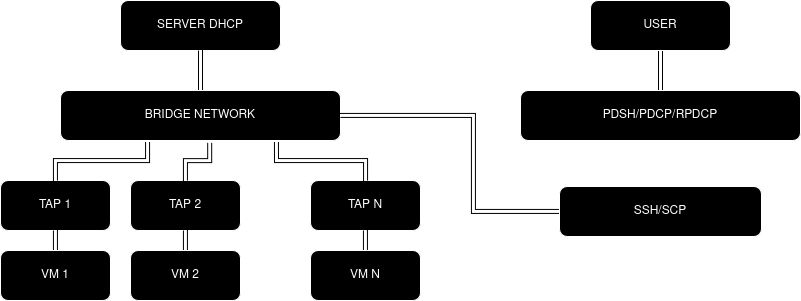
The draw.io diagram diagram.png in devero11/PDSH-PDCP-implementation-ITBI-project-, before a commit. Source tidied: cells renumbered, new cells last; positions are measured from the earlier drawing's top-left corner, leaving out a move shared by most shapes. The source it was exported from:
```xml
<mxGraphModel>
  <root>
    <mxCell id="0" />
    <mxCell id="1" parent="0" />
    <mxCell id="2" value="SERVER DHCP" style="rounded=1;whiteSpace=wrap;html=1;labelBackgroundColor=none;fillColor=light-dark(#FFFFFF,#000000);" parent="1" vertex="1">
      <mxGeometry x="120" width="160" height="50" as="geometry" />
    </mxCell>
    <mxCell id="3" style="edgeStyle=orthogonalEdgeStyle;rounded=0;jettySize=auto;html=1;entryX=0.5;entryY=1;entryDx=0;entryDy=0;shape=link;labelBackgroundColor=none;fontColor=default;strokeColor=light-dark(#000000,#000000);" parent="1" edge="1" source="4" target="2">
      <mxGeometry relative="1" as="geometry" />
    </mxCell>
    <mxCell id="4" value="BRIDGE NETWORK" style="rounded=1;whiteSpace=wrap;html=1;labelBackgroundColor=none;fillColor=light-dark(#FFFFFF,#000000);" parent="1" vertex="1">
      <mxGeometry x="60" y="90" width="280" height="50" as="geometry" />
    </mxCell>
    <mxCell id="5" value="TAP 1" style="rounded=1;whiteSpace=wrap;html=1;labelBackgroundColor=none;fillColor=light-dark(#FFFFFF,#000000);" parent="1" vertex="1">
      <mxGeometry y="180" width="110" height="50" as="geometry" />
    </mxCell>
    <mxCell id="6" value="TAP 2" style="rounded=1;whiteSpace=wrap;html=1;labelBackgroundColor=none;fillColor=light-dark(#FFFFFF,#000000);" parent="1" vertex="1">
      <mxGeometry x="130" y="180" width="110" height="50" as="geometry" />
    </mxCell>
    <mxCell id="7" value="TAP N" style="rounded=1;whiteSpace=wrap;html=1;labelBackgroundColor=none;fillColor=light-dark(#FFFFFF,#000000);" parent="1" vertex="1">
      <mxGeometry x="310" y="180" width="110" height="50" as="geometry" />
    </mxCell>
    <mxCell id="8" value="&lt;font style=&quot;font-size: 21px;&quot;&gt;...&lt;/font&gt;" style="text;html=1;whiteSpace=wrap;strokeColor=none;fillColor=none;align=center;verticalAlign=middle;rounded=0;labelBackgroundColor=none;" parent="1" vertex="1">
      <mxGeometry x="240" y="186" width="70" height="30" as="geometry" />
    </mxCell>
    <mxCell id="9" style="edgeStyle=orthogonalEdgeStyle;rounded=0;jettySize=auto;html=1;entryX=0.311;entryY=1.028;entryDx=0;entryDy=0;entryPerimeter=0;shape=link;labelBackgroundColor=none;fontColor=default;strokeColor=light-dark(#000000,#000000);" parent="1" edge="1" source="5" target="4">
      <mxGeometry relative="1" as="geometry" />
    </mxCell>
    <mxCell id="10" style="edgeStyle=orthogonalEdgeStyle;rounded=0;jettySize=auto;html=1;entryX=0.771;entryY=1.028;entryDx=0;entryDy=0;entryPerimeter=0;shape=link;labelBackgroundColor=none;fontColor=default;strokeColor=light-dark(#000000,#000000);" parent="1" edge="1" source="7" target="4">
      <mxGeometry relative="1" as="geometry" />
    </mxCell>
    <mxCell id="11" style="edgeStyle=orthogonalEdgeStyle;rounded=0;jettySize=auto;html=1;entryX=0.533;entryY=1.042;entryDx=0;entryDy=0;entryPerimeter=0;shape=link;labelBackgroundColor=none;fontColor=default;strokeColor=light-dark(#000000,#000000);" parent="1" edge="1" source="6" target="4">
      <mxGeometry relative="1" as="geometry" />
    </mxCell>
    <mxCell id="12" style="edgeStyle=orthogonalEdgeStyle;rounded=0;jettySize=auto;html=1;entryX=0.5;entryY=1;entryDx=0;entryDy=0;shape=link;labelBackgroundColor=none;fontColor=default;strokeColor=light-dark(#000000,#000000);" parent="1" edge="1" source="13" target="5">
      <mxGeometry relative="1" as="geometry" />
    </mxCell>
    <mxCell id="13" value="VM 1" style="rounded=1;whiteSpace=wrap;html=1;labelBackgroundColor=none;fillColor=light-dark(#FFFFFF,#000000);" parent="1" vertex="1">
      <mxGeometry y="250" width="110" height="50" as="geometry" />
    </mxCell>
    <mxCell id="14" style="edgeStyle=orthogonalEdgeStyle;rounded=0;jettySize=auto;html=1;entryX=0.5;entryY=1;entryDx=0;entryDy=0;shape=link;labelBackgroundColor=none;fontColor=default;strokeColor=light-dark(#000000,#000000);" parent="1" edge="1" source="15" target="6">
      <mxGeometry relative="1" as="geometry" />
    </mxCell>
    <mxCell id="15" value="VM 2" style="rounded=1;whiteSpace=wrap;html=1;labelBackgroundColor=none;fillColor=light-dark(#FFFFFF,#000000);" parent="1" vertex="1">
      <mxGeometry x="130" y="250" width="110" height="50" as="geometry" />
    </mxCell>
    <mxCell id="16" style="edgeStyle=orthogonalEdgeStyle;rounded=0;jettySize=auto;html=1;shape=link;labelBackgroundColor=none;fontColor=default;strokeColor=light-dark(#000000,#000000);" parent="1" edge="1" source="17" target="7">
      <mxGeometry relative="1" as="geometry" />
    </mxCell>
    <mxCell id="17" value="VM N" style="rounded=1;whiteSpace=wrap;html=1;labelBackgroundColor=none;fillColor=light-dark(#FFFFFF,#000000);" parent="1" vertex="1">
      <mxGeometry x="310" y="250" width="110" height="50" as="geometry" />
    </mxCell>
    <mxCell id="18" style="edgeStyle=orthogonalEdgeStyle;rounded=0;jettySize=auto;html=1;entryX=0.5;entryY=1;entryDx=0;entryDy=0;shape=link;labelBackgroundColor=none;fontColor=default;strokeColor=light-dark(#000000,#000000);" parent="1" edge="1" source="19" target="20">
      <mxGeometry relative="1" as="geometry" />
    </mxCell>
    <mxCell id="19" value="PDSH/PDCP/RPDCP" style="rounded=1;whiteSpace=wrap;html=1;labelBackgroundColor=none;fillColor=light-dark(#FFFFFF,#000000);" parent="1" vertex="1">
      <mxGeometry x="520" y="90" width="280" height="50" as="geometry" />
    </mxCell>
    <mxCell id="20" value="USER" style="rounded=1;whiteSpace=wrap;html=1;labelBackgroundColor=none;fillColor=light-dark(#FFFFFF,#000000);" parent="1" vertex="1">
      <mxGeometry x="590" width="140" height="50" as="geometry" />
    </mxCell>
    <mxCell id="21" value="&lt;font style=&quot;font-size: 21px;&quot;&gt;...&lt;/font&gt;" style="text;html=1;whiteSpace=wrap;strokeColor=none;fillColor=none;align=center;verticalAlign=middle;rounded=0;labelBackgroundColor=none;" parent="1" vertex="1">
      <mxGeometry x="240" y="256" width="70" height="30" as="geometry" />
    </mxCell>
    <mxCell id="22" style="edgeStyle=orthogonalEdgeStyle;rounded=0;jettySize=auto;html=1;entryX=1;entryY=0.5;entryDx=0;entryDy=0;shape=link;strokeColor=light-dark(#000000,#000000);" parent="1" edge="1" source="23" target="4">
      <mxGeometry relative="1" as="geometry">
        <Array as="points">
          <mxPoint x="473" y="211" />
          <mxPoint x="473" y="115" />
        </Array>
      </mxGeometry>
    </mxCell>
    <mxCell id="23" value="SSH/SCP" style="rounded=1;whiteSpace=wrap;html=1;labelBackgroundColor=none;fillColor=light-dark(#FFFFFF,#000000);" parent="1" vertex="1">
      <mxGeometry x="559" y="186" width="202" height="50" as="geometry" />
    </mxCell>
  </root>
</mxGraphModel>
```
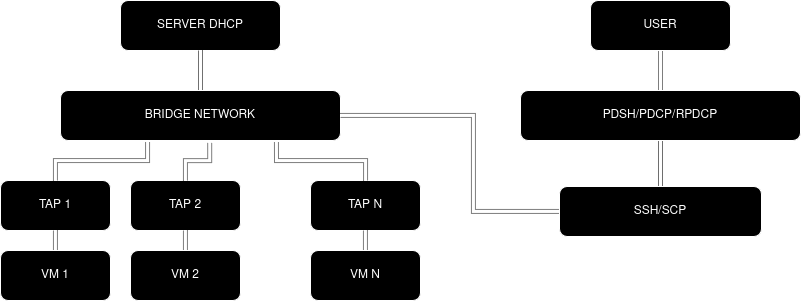
Above is the later version.

The edit, as a diff of the source:
```diff
@@ -5,7 +5,7 @@
     <mxCell id="2" value="SERVER DHCP" style="rounded=1;whiteSpace=wrap;html=1;labelBackgroundColor=none;fillColor=light-dark(#FFFFFF,#000000);" parent="1" vertex="1">
       <mxGeometry x="120" width="160" height="50" as="geometry" />
     </mxCell>
-    <mxCell id="3" style="edgeStyle=orthogonalEdgeStyle;rounded=0;jettySize=auto;html=1;entryX=0.5;entryY=1;entryDx=0;entryDy=0;shape=link;labelBackgroundColor=none;fontColor=default;strokeColor=light-dark(#000000,#000000);" parent="1" edge="1" source="4" target="2">
+    <mxCell id="3" style="edgeStyle=orthogonalEdgeStyle;rounded=0;jettySize=auto;html=1;entryX=0.5;entryY=1;entryDx=0;entryDy=0;shape=link;labelBackgroundColor=none;fontColor=default;strokeColor=light-dark(#000000,#707070);" parent="1" edge="1" source="4" target="2">
       <mxGeometry relative="1" as="geometry" />
     </mxCell>
     <mxCell id="4" value="BRIDGE NETWORK" style="rounded=1;whiteSpace=wrap;html=1;labelBackgroundColor=none;fillColor=light-dark(#FFFFFF,#000000);" parent="1" vertex="1">
@@ -23,36 +23,39 @@
     <mxCell id="8" value="&lt;font style=&quot;font-size: 21px;&quot;&gt;...&lt;/font&gt;" style="text;html=1;whiteSpace=wrap;strokeColor=none;fillColor=none;align=center;verticalAlign=middle;rounded=0;labelBackgroundColor=none;" parent="1" vertex="1">
       <mxGeometry x="240" y="186" width="70" height="30" as="geometry" />
     </mxCell>
-    <mxCell id="9" style="edgeStyle=orthogonalEdgeStyle;rounded=0;jettySize=auto;html=1;entryX=0.311;entryY=1.028;entryDx=0;entryDy=0;entryPerimeter=0;shape=link;labelBackgroundColor=none;fontColor=default;strokeColor=light-dark(#000000,#000000);" parent="1" edge="1" source="5" target="4">
+    <mxCell id="9" style="edgeStyle=orthogonalEdgeStyle;rounded=0;jettySize=auto;html=1;entryX=0.311;entryY=1.028;entryDx=0;entryDy=0;entryPerimeter=0;shape=link;labelBackgroundColor=none;fontColor=default;strokeColor=light-dark(#000000,#7D7D7D);" parent="1" edge="1" source="5" target="4">
       <mxGeometry relative="1" as="geometry" />
     </mxCell>
-    <mxCell id="10" style="edgeStyle=orthogonalEdgeStyle;rounded=0;jettySize=auto;html=1;entryX=0.771;entryY=1.028;entryDx=0;entryDy=0;entryPerimeter=0;shape=link;labelBackgroundColor=none;fontColor=default;strokeColor=light-dark(#000000,#000000);" parent="1" edge="1" source="7" target="4">
+    <mxCell id="10" style="edgeStyle=orthogonalEdgeStyle;rounded=0;jettySize=auto;html=1;entryX=0.771;entryY=1.028;entryDx=0;entryDy=0;entryPerimeter=0;shape=link;labelBackgroundColor=none;fontColor=default;strokeColor=light-dark(#000000,#7D7D7D);" parent="1" edge="1" source="7" target="4">
       <mxGeometry relative="1" as="geometry" />
     </mxCell>
-    <mxCell id="11" style="edgeStyle=orthogonalEdgeStyle;rounded=0;jettySize=auto;html=1;entryX=0.533;entryY=1.042;entryDx=0;entryDy=0;entryPerimeter=0;shape=link;labelBackgroundColor=none;fontColor=default;strokeColor=light-dark(#000000,#000000);" parent="1" edge="1" source="6" target="4">
+    <mxCell id="11" style="edgeStyle=orthogonalEdgeStyle;rounded=0;jettySize=auto;html=1;entryX=0.533;entryY=1.042;entryDx=0;entryDy=0;entryPerimeter=0;shape=link;labelBackgroundColor=none;fontColor=default;strokeColor=light-dark(#000000,#7D7D7D);" parent="1" edge="1" source="6" target="4">
       <mxGeometry relative="1" as="geometry" />
     </mxCell>
-    <mxCell id="12" style="edgeStyle=orthogonalEdgeStyle;rounded=0;jettySize=auto;html=1;entryX=0.5;entryY=1;entryDx=0;entryDy=0;shape=link;labelBackgroundColor=none;fontColor=default;strokeColor=light-dark(#000000,#000000);" parent="1" edge="1" source="13" target="5">
+    <mxCell id="12" style="edgeStyle=orthogonalEdgeStyle;rounded=0;jettySize=auto;html=1;entryX=0.5;entryY=1;entryDx=0;entryDy=0;shape=link;labelBackgroundColor=none;fontColor=default;strokeColor=light-dark(#000000,#7D7D7D);" parent="1" edge="1" source="13" target="5">
       <mxGeometry relative="1" as="geometry" />
     </mxCell>
     <mxCell id="13" value="VM 1" style="rounded=1;whiteSpace=wrap;html=1;labelBackgroundColor=none;fillColor=light-dark(#FFFFFF,#000000);" parent="1" vertex="1">
       <mxGeometry y="250" width="110" height="50" as="geometry" />
     </mxCell>
-    <mxCell id="14" style="edgeStyle=orthogonalEdgeStyle;rounded=0;jettySize=auto;html=1;entryX=0.5;entryY=1;entryDx=0;entryDy=0;shape=link;labelBackgroundColor=none;fontColor=default;strokeColor=light-dark(#000000,#000000);" parent="1" edge="1" source="15" target="6">
+    <mxCell id="14" style="edgeStyle=orthogonalEdgeStyle;rounded=0;jettySize=auto;html=1;entryX=0.5;entryY=1;entryDx=0;entryDy=0;shape=link;labelBackgroundColor=none;fontColor=default;strokeColor=light-dark(#000000,#7D7D7D);" parent="1" edge="1" source="15" target="6">
       <mxGeometry relative="1" as="geometry" />
     </mxCell>
     <mxCell id="15" value="VM 2" style="rounded=1;whiteSpace=wrap;html=1;labelBackgroundColor=none;fillColor=light-dark(#FFFFFF,#000000);" parent="1" vertex="1">
       <mxGeometry x="130" y="250" width="110" height="50" as="geometry" />
     </mxCell>
-    <mxCell id="16" style="edgeStyle=orthogonalEdgeStyle;rounded=0;jettySize=auto;html=1;shape=link;labelBackgroundColor=none;fontColor=default;strokeColor=light-dark(#000000,#000000);" parent="1" edge="1" source="17" target="7">
+    <mxCell id="16" style="edgeStyle=orthogonalEdgeStyle;rounded=0;jettySize=auto;html=1;shape=link;labelBackgroundColor=none;fontColor=default;strokeColor=light-dark(#000000,#7D7D7D);" parent="1" edge="1" source="17" target="7">
       <mxGeometry relative="1" as="geometry" />
     </mxCell>
     <mxCell id="17" value="VM N" style="rounded=1;whiteSpace=wrap;html=1;labelBackgroundColor=none;fillColor=light-dark(#FFFFFF,#000000);" parent="1" vertex="1">
       <mxGeometry x="310" y="250" width="110" height="50" as="geometry" />
     </mxCell>
-    <mxCell id="18" style="edgeStyle=orthogonalEdgeStyle;rounded=0;jettySize=auto;html=1;entryX=0.5;entryY=1;entryDx=0;entryDy=0;shape=link;labelBackgroundColor=none;fontColor=default;strokeColor=light-dark(#000000,#000000);" parent="1" edge="1" source="19" target="20">
+    <mxCell id="18" style="edgeStyle=orthogonalEdgeStyle;rounded=0;jettySize=auto;html=1;entryX=0.5;entryY=1;entryDx=0;entryDy=0;shape=link;labelBackgroundColor=none;fontColor=default;strokeColor=light-dark(#000000,#7D7D7D);" parent="1" edge="1" source="19" target="20">
       <mxGeometry relative="1" as="geometry" />
     </mxCell>
+    <mxCell id="24" style="edgeStyle=orthogonalEdgeStyle;rounded=0;jettySize=auto;html=1;shape=link;strokeColor=light-dark(#000000,#6E6E6E);" parent="1" edge="1" source="19" target="23">
+      <mxGeometry relative="1" as="geometry" />
+    </mxCell>
     <mxCell id="19" value="PDSH/PDCP/RPDCP" style="rounded=1;whiteSpace=wrap;html=1;labelBackgroundColor=none;fillColor=light-dark(#FFFFFF,#000000);" parent="1" vertex="1">
       <mxGeometry x="520" y="90" width="280" height="50" as="geometry" />
     </mxCell>
@@ -62,7 +65,7 @@
     <mxCell id="21" value="&lt;font style=&quot;font-size: 21px;&quot;&gt;...&lt;/font&gt;" style="text;html=1;whiteSpace=wrap;strokeColor=none;fillColor=none;align=center;verticalAlign=middle;rounded=0;labelBackgroundColor=none;" parent="1" vertex="1">
       <mxGeometry x="240" y="256" width="70" height="30" as="geometry" />
     </mxCell>
-    <mxCell id="22" style="edgeStyle=orthogonalEdgeStyle;rounded=0;jettySize=auto;html=1;entryX=1;entryY=0.5;entryDx=0;entryDy=0;shape=link;strokeColor=light-dark(#000000,#000000);" parent="1" edge="1" source="23" target="4">
+    <mxCell id="22" style="edgeStyle=orthogonalEdgeStyle;rounded=0;jettySize=auto;html=1;entryX=1;entryY=0.5;entryDx=0;entryDy=0;shape=link;strokeColor=light-dark(#000000,#7D7D7D);" parent="1" edge="1" source="23" target="4">
       <mxGeometry relative="1" as="geometry">
         <Array as="points">
           <mxPoint x="473" y="211" />
```
